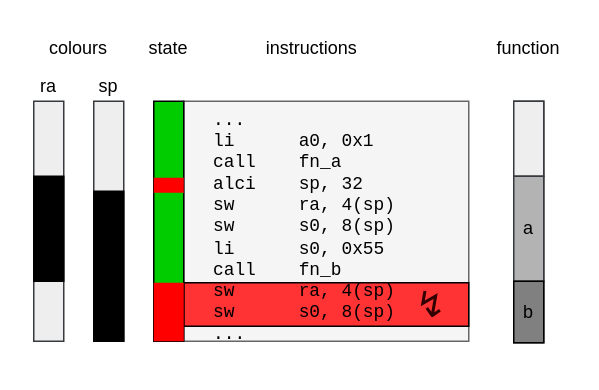
The draw.io diagram docs/svg/vio_stack_colors_exception.drawio in UniStuttgart-IKR/vio, before the edit. Source tidied: cells renumbered, new cells numbered last; positions are measured from the earlier drawing's top-left corner, leaving out a move shared by most shapes. Both pictures are drawn from the tidied source at 150%, with x=0, y=0 at pixel (26, 26).
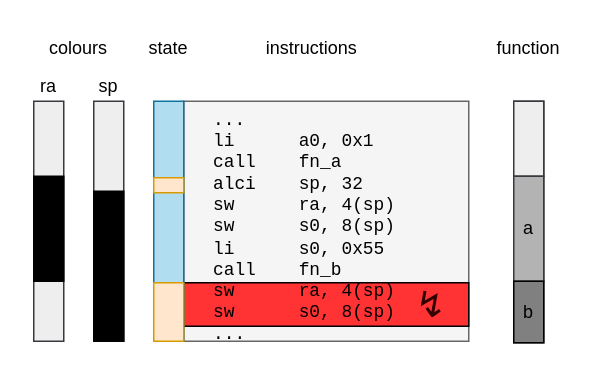
The same diagram, later.

Change to the diagram source:
```diff
@@
-    <mxCell id="17" style="rounded=0;whiteSpace=wrap;html=1;fillColor=#00CC00;strokeColor=default;" parent="1" vertex="1">
+    <mxCell id="17" style="rounded=0;whiteSpace=wrap;html=1;fillColor=#b1ddf0;strokeColor=#10739e;" parent="1" vertex="1">
       <mxGeometry x="85" y="50" width="20" height="160" as="geometry" />
     </mxCell>
-    <mxCell id="18" style="rounded=0;whiteSpace=wrap;html=1;fillColor=#FF0000;strokeColor=none;" parent="1" vertex="1">
+    <mxCell id="18" style="rounded=0;whiteSpace=wrap;html=1;fillColor=#ffe6cc;strokeColor=#d79b00;" parent="1" vertex="1">
       <mxGeometry x="85" y="171" width="20" height="39" as="geometry" />
     </mxCell>
-    <mxCell id="19" style="rounded=0;whiteSpace=wrap;html=1;fillColor=#FF0000;strokeColor=none;" parent="1" vertex="1">
+    <mxCell id="19" style="rounded=0;whiteSpace=wrap;html=1;fillColor=#ffe6cc;strokeColor=#d79b00;" parent="1" vertex="1">
       <mxGeometry x="85" y="101" width="20" height="10" as="geometry" />
     </mxCell>
```
